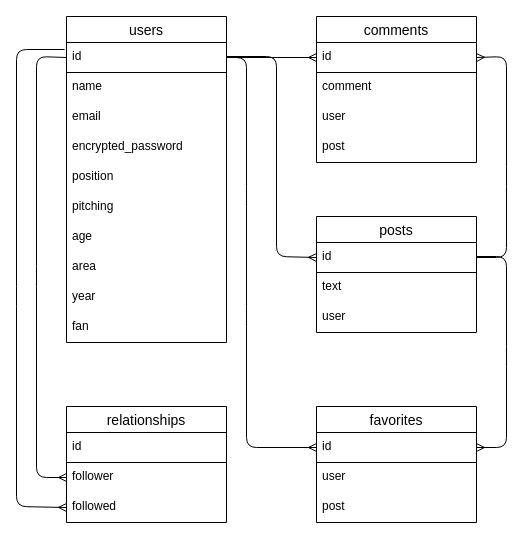
Before: er.dio in piyomaru7/grandslam, a draw.io diagram. Source tidied: cells renumbered, new cells numbered last; positions are measured from the earlier drawing's top-left corner, leaving out a move shared by most shapes. Both pictures are drawn from the tidied source at 100%, with x=0, y=0 at pixel (16, 16).
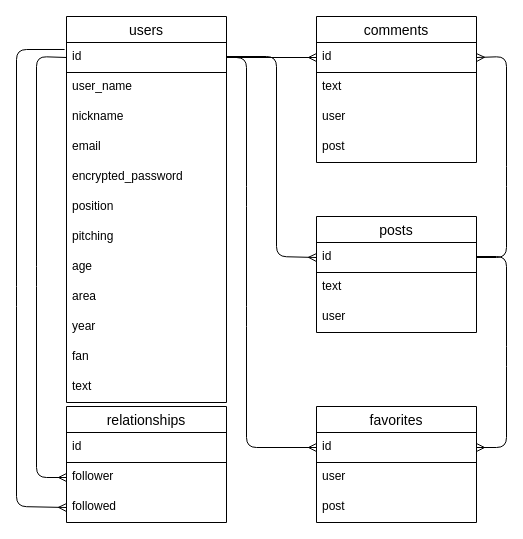
After the change.

Commit message (it also covers changes not shown here):
データベース設計

Unchanged cells that the change refers to:
```xml
<mxCell id="13" value="comments" style="swimlane;fontStyle=0;horizontal=1;startSize=26;align=center;fontSize=14;" parent="1" vertex="1">
  <mxGeometry x="300" width="160" height="146" as="geometry" />
</mxCell>
```

Diff of the diagram source:
```diff
@@
     <mxCell id="2" value="users" style="swimlane;fontStyle=0;horizontal=1;startSize=26;align=center;fontSize=14;" parent="1" vertex="1">
-      <mxGeometry x="50" width="160" height="326" as="geometry" />
+      <mxGeometry x="50" width="160" height="386" as="geometry" />
     </mxCell>
@@
+    <mxCell id="37" value="user_name" style="text;strokeColor=none;fillColor=none;spacingLeft=4;spacingRight=4;overflow=hidden;fontSize=12;" parent="2" vertex="1">
+      <mxGeometry y="56" width="160" height="30" as="geometry" />
+    </mxCell>
-    <mxCell id="4" value="name&#10;" style="text;strokeColor=none;fillColor=none;spacingLeft=4;spacingRight=4;overflow=hidden;fontSize=12;" parent="2" vertex="1">
-      <mxGeometry y="56" width="160" height="30" as="geometry" />
+    <mxCell id="4" value="nickname" style="text;strokeColor=none;fillColor=none;spacingLeft=4;spacingRight=4;overflow=hidden;fontSize=12;" parent="2" vertex="1">
+      <mxGeometry y="86" width="160" height="30" as="geometry" />
     </mxCell>
     <mxCell id="5" value="email" style="text;strokeColor=none;fillColor=none;spacingLeft=4;spacingRight=4;overflow=hidden;fontSize=12;" parent="2" vertex="1">
-      <mxGeometry y="86" width="160" height="30" as="geometry" />
+      <mxGeometry y="116" width="160" height="30" as="geometry" />
     </mxCell>
     <mxCell id="6" value="encrypted_password" style="text;strokeColor=none;fillColor=none;spacingLeft=4;spacingRight=4;overflow=hidden;fontSize=12;" parent="2" vertex="1">
-      <mxGeometry y="116" width="160" height="30" as="geometry" />
+      <mxGeometry y="146" width="160" height="30" as="geometry" />
     </mxCell>
     <mxCell id="7" value="position" style="text;strokeColor=none;fillColor=none;spacingLeft=4;spacingRight=4;overflow=hidden;fontSize=12;" parent="2" vertex="1">
-      <mxGeometry y="146" width="160" height="30" as="geometry" />
+      <mxGeometry y="176" width="160" height="30" as="geometry" />
     </mxCell>
     <mxCell id="8" value="pitching" style="text;strokeColor=none;fillColor=none;spacingLeft=4;spacingRight=4;overflow=hidden;fontSize=12;" parent="2" vertex="1">
-      <mxGeometry y="176" width="160" height="30" as="geometry" />
+      <mxGeometry y="206" width="160" height="30" as="geometry" />
     </mxCell>
     <mxCell id="9" value="age" style="text;strokeColor=none;fillColor=none;spacingLeft=4;spacingRight=4;overflow=hidden;fontSize=12;" parent="2" vertex="1">
-      <mxGeometry y="206" width="160" height="30" as="geometry" />
+      <mxGeometry y="236" width="160" height="30" as="geometry" />
     </mxCell>
     <mxCell id="10" value="area" style="text;strokeColor=none;fillColor=none;spacingLeft=4;spacingRight=4;overflow=hidden;fontSize=12;" parent="2" vertex="1">
-      <mxGeometry y="236" width="160" height="30" as="geometry" />
+      <mxGeometry y="266" width="160" height="30" as="geometry" />
     </mxCell>
     <mxCell id="11" value="year" style="text;strokeColor=none;fillColor=none;spacingLeft=4;spacingRight=4;overflow=hidden;fontSize=12;" parent="2" vertex="1">
-      <mxGeometry y="266" width="160" height="30" as="geometry" />
+      <mxGeometry y="296" width="160" height="30" as="geometry" />
     </mxCell>
+    <mxCell id="38" value="fan" style="text;strokeColor=none;fillColor=none;spacingLeft=4;spacingRight=4;overflow=hidden;fontSize=12;" parent="2" vertex="1">
+      <mxGeometry y="326" width="160" height="30" as="geometry" />
+    </mxCell>
-    <mxCell id="12" value="fan" style="text;strokeColor=none;fillColor=none;spacingLeft=4;spacingRight=4;overflow=hidden;fontSize=12;" parent="2" vertex="1">
-      <mxGeometry y="296" width="160" height="30" as="geometry" />
+    <mxCell id="12" value="text" style="text;strokeColor=none;fillColor=none;spacingLeft=4;spacingRight=4;overflow=hidden;fontSize=12;" parent="2" vertex="1">
+      <mxGeometry y="356" width="160" height="30" as="geometry" />
     </mxCell>
@@
-    <mxCell id="15" value="comment" style="text;strokeColor=none;fillColor=none;spacingLeft=4;spacingRight=4;overflow=hidden;fontSize=12;" parent="13" vertex="1">
+    <mxCell id="15" value="text" style="text;strokeColor=none;fillColor=none;spacingLeft=4;spacingRight=4;overflow=hidden;fontSize=12;" parent="13" vertex="1">
       <mxGeometry y="56" width="160" height="30" as="geometry" />
     </mxCell>
```
